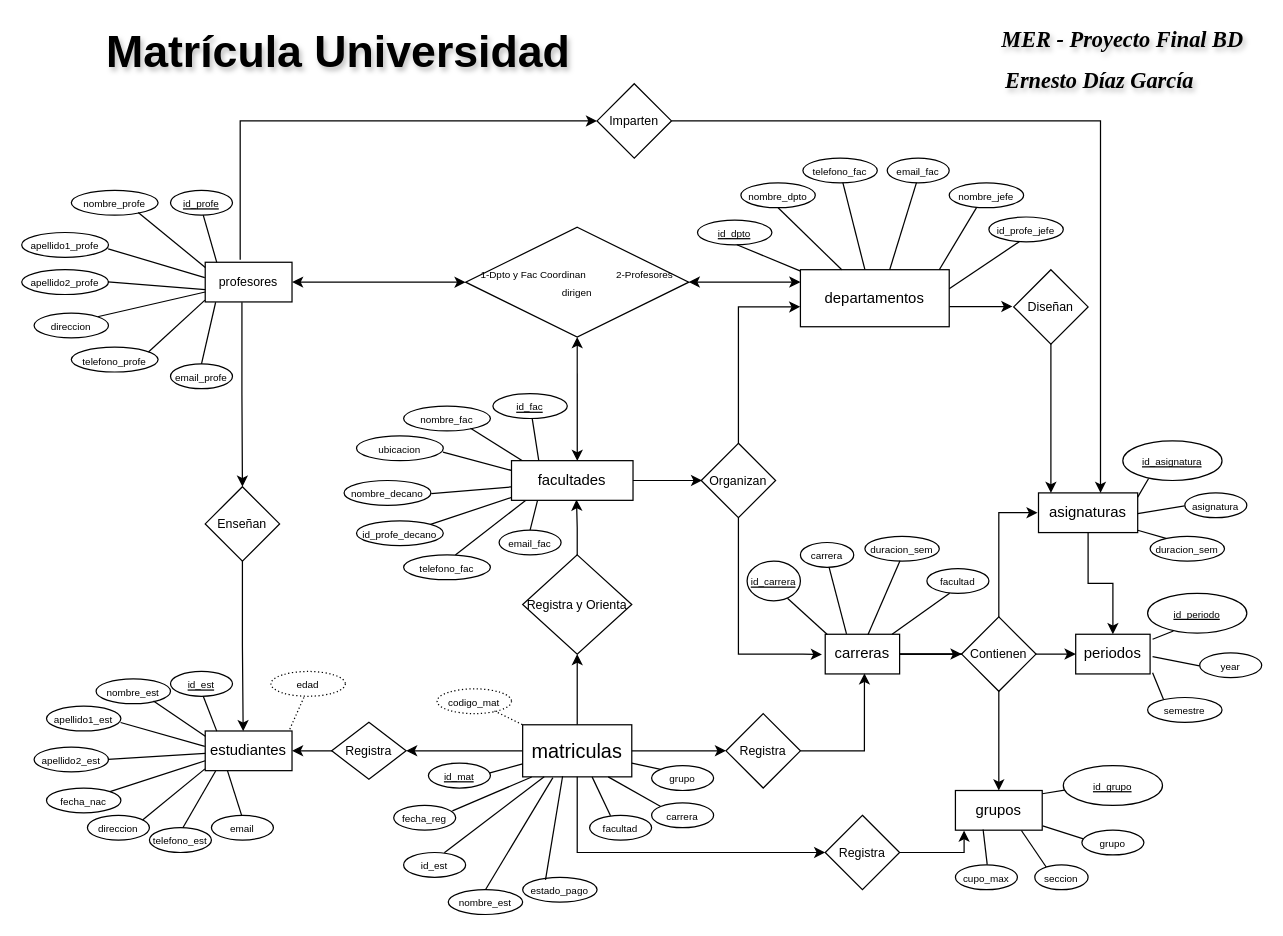
ErnestDG/Ciencia-de-datos- keeps this draw.io diagram as ProyectoFinalBD.drawio. Above is the earlier version. Source tidied: cells renumbered, new cells numbered last; positions are measured from the earlier drawing's top-left corner, leaving out a move shared by most shapes. Both pictures are drawn from the tidied source at 124%, with x=0, y=0 at pixel (21, 21).
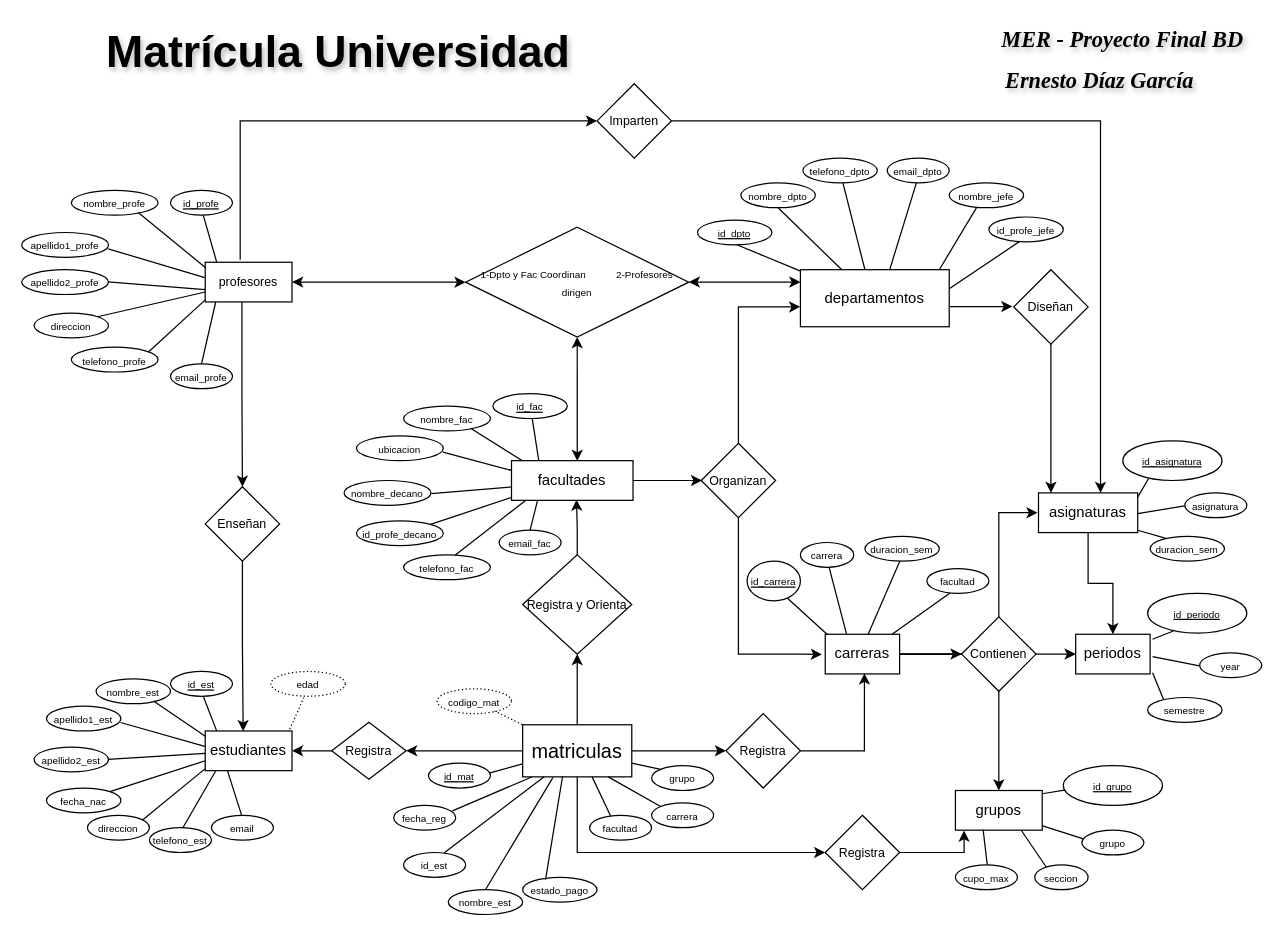
Above is the later version.

Diff of the diagram source:
```diff
@@
-    <mxCell id="108" value="&lt;font style=&quot;font-size: 8px;&quot;&gt;email_fac&lt;/font&gt;" style="ellipse;whiteSpace=wrap;html=1;shapeInside=1;rounded=0;" parent="1" vertex="1">
+    <mxCell id="108" value="&lt;font style=&quot;font-size: 8px;&quot;&gt;email_dpto&lt;/font&gt;" style="ellipse;whiteSpace=wrap;html=1;shapeInside=1;rounded=0;" parent="1" vertex="1">
       <mxGeometry x="698" y="110" width="50" height="20" as="geometry" />
     </mxCell>
-    <mxCell id="109" value="&lt;font style=&quot;font-size: 8px;&quot;&gt;telefono_fac&lt;/font&gt;" style="ellipse;whiteSpace=wrap;html=1;shapeInside=1;rounded=0;" parent="1" vertex="1">
+    <mxCell id="109" value="&lt;font style=&quot;font-size: 8px;&quot;&gt;telefono_dpto&lt;/font&gt;" style="ellipse;whiteSpace=wrap;html=1;shapeInside=1;rounded=0;" parent="1" vertex="1">
       <mxGeometry x="630" y="110" width="60" height="20" as="geometry" />
     </mxCell>
```
